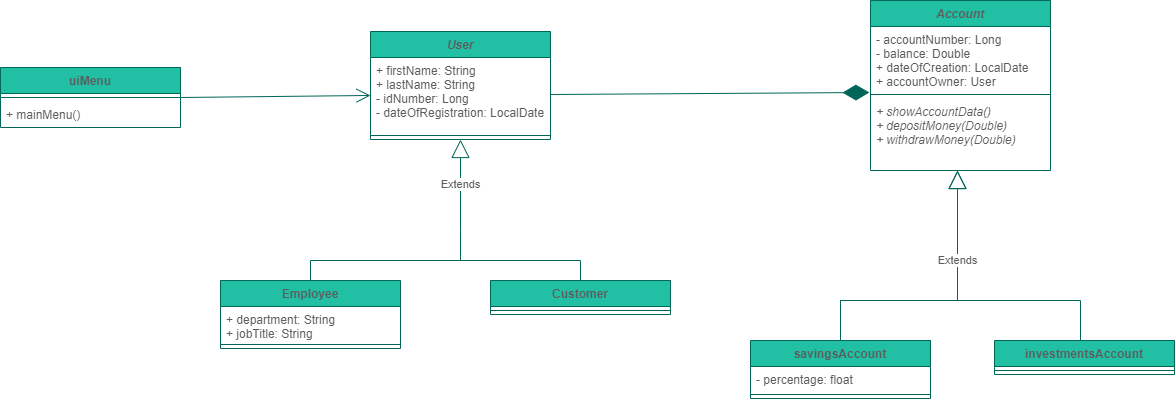
Before: Class Diagram Image.png, a diagram exported from draw.io (Santiagolp23/Bank_Operations). Source tidied: cells renumbered, new cells last; positions are measured from the earlier drawing's top-left corner, leaving out a move shared by most shapes.
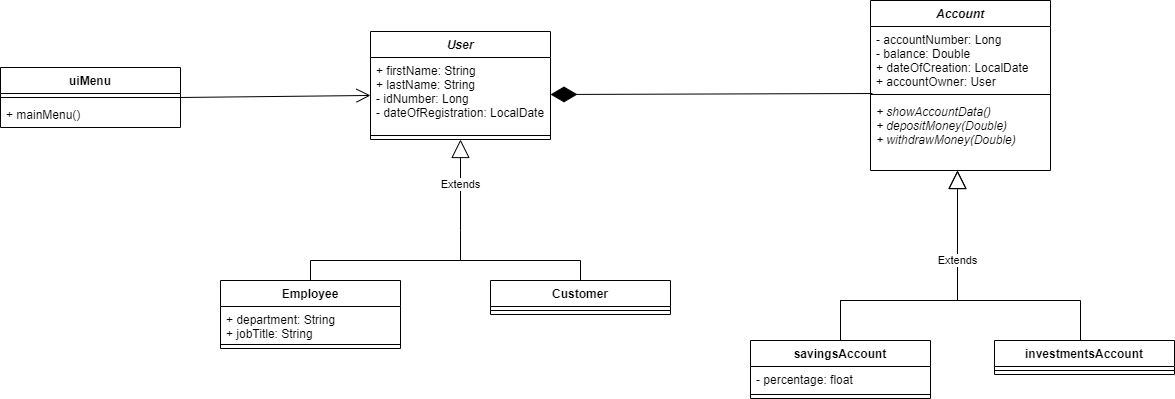
The same file after the commit.

Commit message:
fixed diagram composition arrow

Diff of the diagram source:
```diff
@@ -2,46 +2,46 @@
   <root>
     <mxCell id="0" />
     <mxCell id="1" parent="0" />
-    <mxCell id="2" value="User" style="swimlane;fontStyle=3;align=center;verticalAlign=top;horizontal=1;startSize=26;fillColor=#21C0A5;strokeColor=#006658;fontColor=#5C5C5C;" parent="1" vertex="1">
+    <mxCell id="2" value="User" style="swimlane;fontStyle=3;align=center;verticalAlign=top;horizontal=1;startSize=26;" parent="1" vertex="1">
       <mxGeometry x="370" y="31" width="180" height="108" as="geometry" />
     </mxCell>
-    <mxCell id="3" value="+ firstName: String&#10;+ lastName: String&#10;- idNumber: Long&#10;- dateOfRegistration: LocalDate" style="text;strokeColor=none;fillColor=none;align=left;verticalAlign=top;spacingLeft=4;spacingRight=4;overflow=hidden;points=[[0,0.5],[1,0.5]];portConstraint=eastwest;fontColor=#5C5C5C;" parent="2" vertex="1">
+    <mxCell id="3" value="+ firstName: String&#10;+ lastName: String&#10;- idNumber: Long&#10;- dateOfRegistration: LocalDate" style="text;strokeColor=none;fillColor=none;align=left;verticalAlign=top;spacingLeft=4;spacingRight=4;overflow=hidden;points=[[0,0.5],[1,0.5]];portConstraint=eastwest;" parent="2" vertex="1">
       <mxGeometry y="26" width="180" height="74" as="geometry" />
     </mxCell>
-    <mxCell id="4" style="line;strokeWidth=1;fillColor=none;align=left;verticalAlign=middle;spacingTop=-1;spacingLeft=3;spacingRight=3;labelPosition=right;strokeColor=#006658;fontColor=#5C5C5C;" parent="2" vertex="1">
+    <mxCell id="4" style="line;strokeWidth=1;fillColor=none;align=left;verticalAlign=middle;spacingTop=-1;spacingLeft=3;spacingRight=3;labelPosition=right;" parent="2" vertex="1">
       <mxGeometry y="100" width="180" height="8" as="geometry" />
     </mxCell>
-    <mxCell id="5" value="Account" style="swimlane;fontStyle=3;align=center;verticalAlign=top;horizontal=1;startSize=26;fillColor=#21C0A5;strokeColor=#006658;fontColor=#5C5C5C;" parent="1" vertex="1">
+    <mxCell id="5" value="Account" style="swimlane;fontStyle=3;align=center;verticalAlign=top;horizontal=1;startSize=26;" parent="1" vertex="1">
       <mxGeometry x="870" width="180" height="170" as="geometry" />
     </mxCell>
-    <mxCell id="6" value="- accountNumber: Long&#10;- balance: Double&#10;+ dateOfCreation: LocalDate&#10;+ accountOwner: User" style="text;strokeColor=none;fillColor=none;align=left;verticalAlign=top;spacingLeft=4;spacingRight=4;overflow=hidden;points=[[0,0.5],[1,0.5]];portConstraint=eastwest;fontColor=#5C5C5C;" parent="5" vertex="1">
+    <mxCell id="6" value="- accountNumber: Long&#10;- balance: Double&#10;+ dateOfCreation: LocalDate&#10;+ accountOwner: User" style="text;strokeColor=none;fillColor=none;align=left;verticalAlign=top;spacingLeft=4;spacingRight=4;overflow=hidden;points=[[0,0.5],[1,0.5]];portConstraint=eastwest;" parent="5" vertex="1">
       <mxGeometry y="26" width="180" height="64" as="geometry" />
     </mxCell>
-    <mxCell id="7" style="line;strokeWidth=1;fillColor=none;align=left;verticalAlign=middle;spacingTop=-1;spacingLeft=3;spacingRight=3;labelPosition=right;strokeColor=#006658;fontColor=#5C5C5C;" parent="5" vertex="1">
+    <mxCell id="7" style="line;strokeWidth=1;fillColor=none;align=left;verticalAlign=middle;spacingTop=-1;spacingLeft=3;spacingRight=3;labelPosition=right;" parent="5" vertex="1">
       <mxGeometry y="90" width="180" height="8" as="geometry" />
     </mxCell>
-    <mxCell id="8" value="+ showAccountData()&#10;+ depositMoney(Double)&#10;+ withdrawMoney(Double)" style="text;strokeColor=none;fillColor=none;align=left;verticalAlign=top;spacingLeft=4;spacingRight=4;overflow=hidden;points=[[0,0.5],[1,0.5]];portConstraint=eastwest;fontStyle=2;fontColor=#5C5C5C;" parent="5" vertex="1">
+    <mxCell id="8" value="+ showAccountData()&#10;+ depositMoney(Double)&#10;+ withdrawMoney(Double)" style="text;strokeColor=none;fillColor=none;align=left;verticalAlign=top;spacingLeft=4;spacingRight=4;overflow=hidden;points=[[0,0.5],[1,0.5]];portConstraint=eastwest;fontStyle=2;" parent="5" vertex="1">
       <mxGeometry y="98" width="180" height="72" as="geometry" />
     </mxCell>
-    <mxCell id="9" value="uiMenu" style="swimlane;fontStyle=1;align=center;verticalAlign=top;horizontal=1;startSize=26;fillColor=#21C0A5;strokeColor=#006658;fontColor=#5C5C5C;" parent="1" vertex="1">
+    <mxCell id="9" value="uiMenu" style="swimlane;fontStyle=1;align=center;verticalAlign=top;horizontal=1;startSize=26;" parent="1" vertex="1">
       <mxGeometry y="67" width="180" height="60" as="geometry" />
     </mxCell>
-    <mxCell id="10" style="line;strokeWidth=1;fillColor=none;align=left;verticalAlign=middle;spacingTop=-1;spacingLeft=3;spacingRight=3;labelPosition=right;points=[];portConstraint=eastwest;strokeColor=#006658;fontColor=#5C5C5C;" parent="9" vertex="1">
+    <mxCell id="10" style="line;strokeWidth=1;fillColor=none;align=left;verticalAlign=middle;spacingTop=-1;spacingLeft=3;spacingRight=3;labelPosition=right;points=[];portConstraint=eastwest;" parent="9" vertex="1">
       <mxGeometry y="26" width="180" height="8" as="geometry" />
     </mxCell>
-    <mxCell id="11" value="+ mainMenu()" style="text;strokeColor=none;fillColor=none;align=left;verticalAlign=top;spacingLeft=4;spacingRight=4;overflow=hidden;fontColor=#5C5C5C;" parent="9" vertex="1">
+    <mxCell id="11" value="+ mainMenu()" style="text;strokeColor=none;fillColor=none;align=left;verticalAlign=top;spacingLeft=4;spacingRight=4;overflow=hidden;" parent="9" vertex="1">
       <mxGeometry y="34" width="180" height="26" as="geometry" />
     </mxCell>
-    <mxCell id="12" value="savingsAccount" style="swimlane;fontStyle=1;align=center;verticalAlign=top;horizontal=1;startSize=26;fillColor=#21C0A5;strokeColor=#006658;fontColor=#5C5C5C;" parent="1" vertex="1">
+    <mxCell id="12" value="savingsAccount" style="swimlane;fontStyle=1;align=center;verticalAlign=top;horizontal=1;startSize=26;" parent="1" vertex="1">
       <mxGeometry x="750" y="340" width="180" height="58" as="geometry" />
     </mxCell>
-    <mxCell id="13" value="- percentage: float" style="text;strokeColor=none;fillColor=none;align=left;verticalAlign=top;spacingLeft=4;spacingRight=4;overflow=hidden;fontColor=#5C5C5C;" parent="12" vertex="1">
+    <mxCell id="13" value="- percentage: float" style="text;strokeColor=none;fillColor=none;align=left;verticalAlign=top;spacingLeft=4;spacingRight=4;overflow=hidden;" parent="12" vertex="1">
       <mxGeometry y="26" width="180" height="24" as="geometry" />
     </mxCell>
-    <mxCell id="14" style="line;strokeWidth=1;fillColor=none;align=left;verticalAlign=middle;spacingTop=-1;spacingLeft=3;spacingRight=3;labelPosition=right;strokeColor=#006658;fontColor=#5C5C5C;" parent="12" vertex="1">
+    <mxCell id="14" style="line;strokeWidth=1;fillColor=none;align=left;verticalAlign=middle;spacingTop=-1;spacingLeft=3;spacingRight=3;labelPosition=right;" parent="12" vertex="1">
       <mxGeometry y="50" width="180" height="8" as="geometry" />
     </mxCell>
-    <mxCell id="15" style="edgeStyle=orthogonalEdgeStyle;rounded=0;jettySize=auto;html=1;endArrow=none;endFill=0;exitX=0.5;exitY=0;exitDx=0;exitDy=0;strokeColor=#006658;fontColor=#5C5C5C;" parent="1" edge="1" source="16">
+    <mxCell id="15" style="edgeStyle=orthogonalEdgeStyle;rounded=0;jettySize=auto;html=1;endArrow=none;endFill=0;exitX=0.5;exitY=0;exitDx=0;exitDy=0;" parent="1" edge="1" source="16">
       <mxGeometry relative="1" as="geometry">
         <mxPoint x="910" y="300" as="targetPoint" />
         <Array as="points">
@@ -51,13 +51,13 @@
         </Array>
       </mxGeometry>
     </mxCell>
-    <mxCell id="16" value="investmentsAccount" style="swimlane;fontStyle=1;align=center;verticalAlign=top;horizontal=1;startSize=26;fillColor=#21C0A5;strokeColor=#006658;fontColor=#5C5C5C;" parent="1" vertex="1">
+    <mxCell id="16" value="investmentsAccount" style="swimlane;fontStyle=1;align=center;verticalAlign=top;horizontal=1;startSize=26;" parent="1" vertex="1">
       <mxGeometry x="994" y="340" width="180" height="34" as="geometry" />
     </mxCell>
-    <mxCell id="17" style="line;strokeWidth=1;fillColor=none;align=left;verticalAlign=middle;spacingTop=-1;spacingLeft=3;spacingRight=3;labelPosition=right;strokeColor=#006658;fontColor=#5C5C5C;" parent="16" vertex="1">
+    <mxCell id="17" style="line;strokeWidth=1;fillColor=none;align=left;verticalAlign=middle;spacingTop=-1;spacingLeft=3;spacingRight=3;labelPosition=right;" parent="16" vertex="1">
       <mxGeometry y="26" width="180" height="8" as="geometry" />
     </mxCell>
-    <mxCell id="18" value="Extends" style="endArrow=block;endSize=16;endFill=0;html=1;rounded=0;exitX=0.5;exitY=0;exitDx=0;exitDy=0;edgeStyle=orthogonalEdgeStyle;strokeColor=#006658;fontColor=#5C5C5C;" parent="1" edge="1" source="12" target="8">
+    <mxCell id="18" value="Extends" style="endArrow=block;endSize=16;endFill=0;html=1;rounded=0;exitX=0.5;exitY=0;exitDx=0;exitDy=0;edgeStyle=orthogonalEdgeStyle;" parent="1" edge="1" source="12" target="8">
       <mxGeometry x="0.37" relative="1" as="geometry">
         <Array as="points">
           <mxPoint x="840" y="300" />
@@ -65,22 +65,22 @@
         </Array>
       </mxGeometry>
     </mxCell>
-    <mxCell id="19" style="endArrow=diamondThin;endFill=1;endSize=24;html=1;rounded=0;entryX=-0.006;entryY=1.031;entryDx=0;entryDy=0;entryPerimeter=0;exitX=1;exitY=0.5;exitDx=0;exitDy=0;strokeColor=#006658;fontColor=#5C5C5C;" parent="1" edge="1" source="3" target="6">
+    <mxCell id="19" style="endArrow=diamondThin;endFill=1;endSize=24;html=1;rounded=0;exitX=0.011;exitY=1.047;exitDx=0;exitDy=0;entryX=1;entryY=0.5;entryDx=0;entryDy=0;exitPerimeter=0;" parent="1" edge="1" source="6" target="3">
       <mxGeometry relative="1" as="geometry" />
     </mxCell>
-    <mxCell id="20" style="endArrow=open;endFill=1;endSize=12;html=1;rounded=0;exitX=1;exitY=0.5;exitDx=0;exitDy=0;exitPerimeter=0;strokeColor=#006658;fontColor=#5C5C5C;" parent="1" edge="1" source="10" target="3">
+    <mxCell id="20" style="endArrow=open;endFill=1;endSize=12;html=1;rounded=0;exitX=1;exitY=0.5;exitDx=0;exitDy=0;exitPerimeter=0;" parent="1" edge="1" source="10" target="3">
       <mxGeometry relative="1" as="geometry" />
     </mxCell>
-    <mxCell id="21" value="Employee" style="swimlane;fontStyle=1;align=center;verticalAlign=top;horizontal=1;startSize=26;fillColor=#21C0A5;strokeColor=#006658;fontColor=#5C5C5C;" parent="1" vertex="1">
+    <mxCell id="21" value="Employee" style="swimlane;fontStyle=1;align=center;verticalAlign=top;horizontal=1;startSize=26;" parent="1" vertex="1">
       <mxGeometry x="220" y="280" width="180" height="68" as="geometry" />
     </mxCell>
-    <mxCell id="22" value="+ department: String&#10;+ jobTitle: String" style="text;strokeColor=none;fillColor=none;align=left;verticalAlign=top;spacingLeft=4;spacingRight=4;overflow=hidden;fontColor=#5C5C5C;" parent="21" vertex="1">
+    <mxCell id="22" value="+ department: String&#10;+ jobTitle: String" style="text;strokeColor=none;fillColor=none;align=left;verticalAlign=top;spacingLeft=4;spacingRight=4;overflow=hidden;" parent="21" vertex="1">
       <mxGeometry y="26" width="180" height="34" as="geometry" />
     </mxCell>
-    <mxCell id="23" style="line;strokeWidth=1;fillColor=none;align=left;verticalAlign=middle;spacingTop=-1;spacingLeft=3;spacingRight=3;labelPosition=right;strokeColor=#006658;fontColor=#5C5C5C;" parent="21" vertex="1">
+    <mxCell id="23" style="line;strokeWidth=1;fillColor=none;align=left;verticalAlign=middle;spacingTop=-1;spacingLeft=3;spacingRight=3;labelPosition=right;" parent="21" vertex="1">
       <mxGeometry y="60" width="180" height="8" as="geometry" />
     </mxCell>
-    <mxCell id="24" style="edgeStyle=orthogonalEdgeStyle;rounded=0;jettySize=auto;html=1;exitX=0.5;exitY=0;exitDx=0;exitDy=0;endArrow=none;endFill=0;strokeColor=#006658;fontColor=#5C5C5C;" parent="1" edge="1" source="25">
+    <mxCell id="24" style="edgeStyle=orthogonalEdgeStyle;rounded=0;jettySize=auto;html=1;exitX=0.5;exitY=0;exitDx=0;exitDy=0;endArrow=none;endFill=0;" parent="1" edge="1" source="25">
       <mxGeometry relative="1" as="geometry">
         <mxPoint x="460" y="230" as="targetPoint" />
         <Array as="points">
@@ -89,13 +89,13 @@
         </Array>
       </mxGeometry>
     </mxCell>
-    <mxCell id="25" value="Customer" style="swimlane;fontStyle=1;align=center;verticalAlign=top;horizontal=1;startSize=26;fillColor=#21C0A5;strokeColor=#006658;fontColor=#5C5C5C;" parent="1" vertex="1">
+    <mxCell id="25" value="Customer" style="swimlane;fontStyle=1;align=center;verticalAlign=top;horizontal=1;startSize=26;" parent="1" vertex="1">
       <mxGeometry x="490" y="280" width="180" height="34" as="geometry" />
     </mxCell>
-    <mxCell id="26" style="line;strokeWidth=1;fillColor=none;align=left;verticalAlign=middle;spacingTop=-1;spacingLeft=3;spacingRight=3;labelPosition=right;strokeColor=#006658;fontColor=#5C5C5C;" parent="25" vertex="1">
+    <mxCell id="26" style="line;strokeWidth=1;fillColor=none;align=left;verticalAlign=middle;spacingTop=-1;spacingLeft=3;spacingRight=3;labelPosition=right;" parent="25" vertex="1">
       <mxGeometry y="26" width="180" height="8" as="geometry" />
     </mxCell>
-    <mxCell id="27" value="Extends" style="endArrow=block;endSize=16;endFill=0;html=1;rounded=0;exitX=0.5;exitY=0;exitDx=0;exitDy=0;edgeStyle=orthogonalEdgeStyle;strokeColor=#006658;fontColor=#5C5C5C;" parent="1" edge="1">
+    <mxCell id="27" value="Extends" style="endArrow=block;endSize=16;endFill=0;html=1;rounded=0;exitX=0.5;exitY=0;exitDx=0;exitDy=0;edgeStyle=orthogonalEdgeStyle;" parent="1" edge="1">
       <mxGeometry x="0.37" relative="1" as="geometry">
         <mxPoint x="840" y="340" as="sourcePoint" />
         <mxPoint x="957" y="170" as="targetPoint" />
@@ -105,12 +105,12 @@
         </Array>
       </mxGeometry>
     </mxCell>
-    <mxCell id="28" value="Extends" style="endArrow=block;endSize=16;endFill=0;html=1;rounded=0;entryX=0.5;entryY=1;entryDx=0;entryDy=0;strokeColor=#006658;fontColor=#5C5C5C;" parent="1" edge="1" target="2">
+    <mxCell id="28" value="Extends" style="endArrow=block;endSize=16;endFill=0;html=1;rounded=0;entryX=0.5;entryY=1;entryDx=0;entryDy=0;" parent="1" edge="1" target="2">
       <mxGeometry relative="1" as="geometry">
         <mxPoint x="460" y="230" as="sourcePoint" />
       </mxGeometry>
     </mxCell>
-    <mxCell id="29" style="edgeStyle=orthogonalEdgeStyle;rounded=0;jettySize=auto;html=1;exitX=0.5;exitY=0;exitDx=0;exitDy=0;endArrow=none;endFill=0;strokeColor=#006658;fontColor=#5C5C5C;" parent="1" edge="1" source="21">
+    <mxCell id="29" style="edgeStyle=orthogonalEdgeStyle;rounded=0;jettySize=auto;html=1;exitX=0.5;exitY=0;exitDx=0;exitDy=0;endArrow=none;endFill=0;" parent="1" edge="1" source="21">
       <mxGeometry relative="1" as="geometry">
         <mxPoint x="460" y="240" as="targetPoint" />
         <Array as="points">
```
